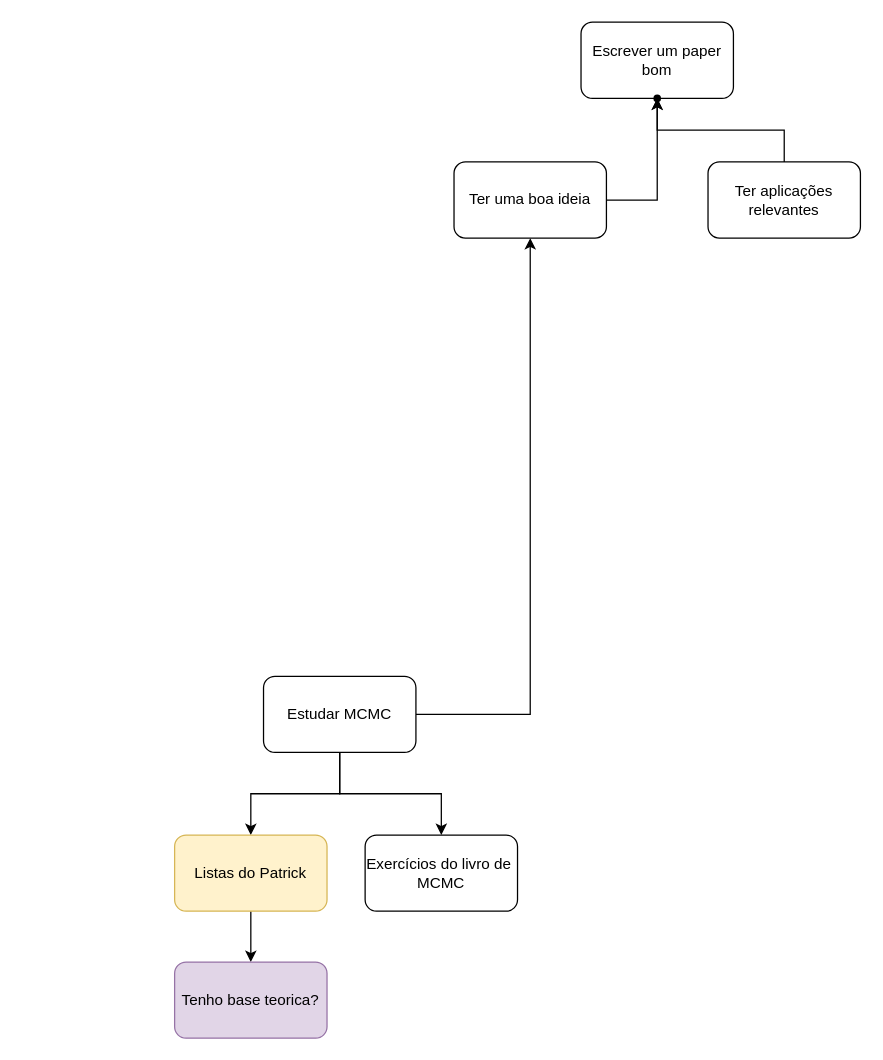
wellington36/beginner keeps this draw.io diagram as Untitled Diagram.drawio. Above is the earlier version. Source tidied: cells renumbered, new cells numbered last; positions are measured from the earlier drawing's top-left corner, leaving out a move shared by most shapes. Both pictures are drawn from the tidied source at 127%, with x=0, y=0 at pixel (174, 22).
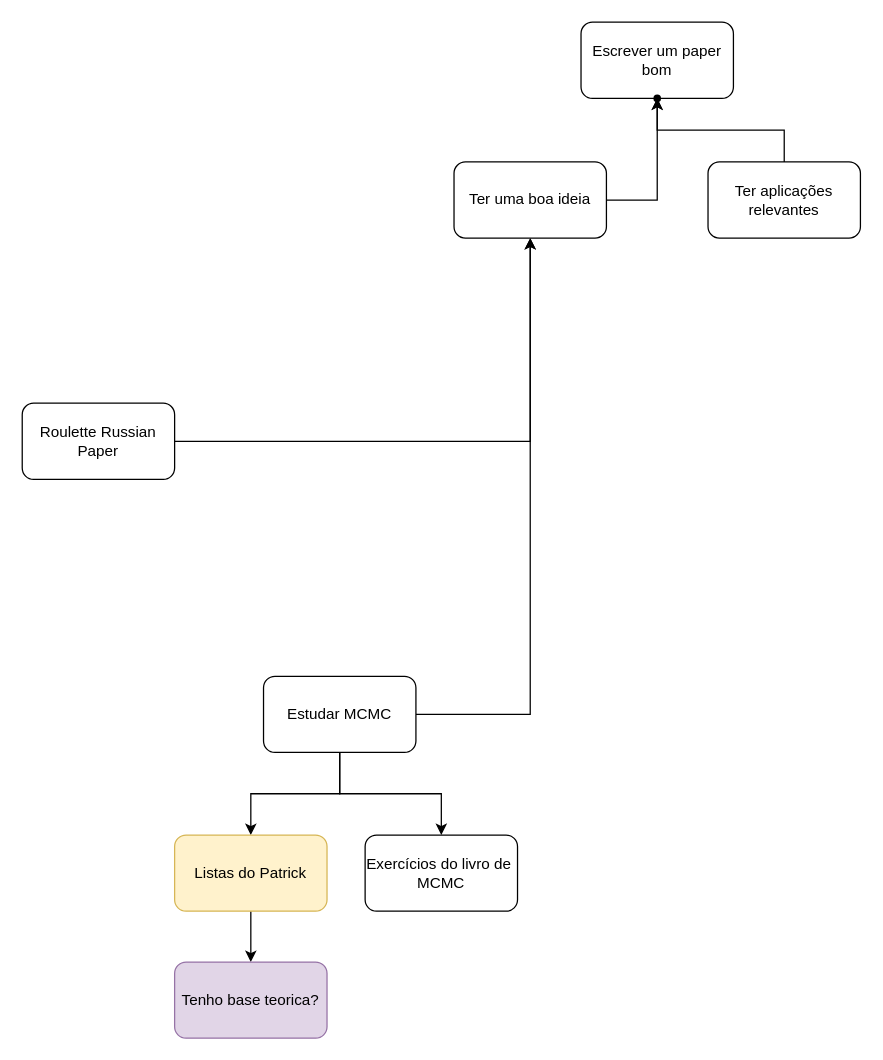
Above is the later version.

Change to the diagram source:
```diff
@@
 <mxGraphModel>
   <root>
     <mxCell id="0" />
     <mxCell id="1" parent="0" />
     <mxCell id="2" value="Escrever um paper bom" style="rounded=1;whiteSpace=wrap;html=1;" parent="1" vertex="1">
       <mxGeometry x="320" width="120" height="60" as="geometry" />
     </mxCell>
     <mxCell id="3" style="shape=waypoint;sketch=0;size=6;points=[];fillColor=default;perimeter=centerPerimeter;snapToPoint=1;" parent="1" vertex="1">
       <mxGeometry x="370" y="50" width="20" height="20" as="geometry" />
     </mxCell>
     <mxCell id="4" style="edgeStyle=orthogonalEdgeStyle;rounded=0;jettySize=auto;html=1;" parent="1" edge="1" source="7" target="9">
       <mxGeometry relative="1" as="geometry" />
     </mxCell>
     <mxCell id="5" style="edgeStyle=orthogonalEdgeStyle;rounded=0;jettySize=auto;html=1;" parent="1" edge="1" source="7" target="10">
       <mxGeometry relative="1" as="geometry" />
     </mxCell>
     <mxCell id="6" style="edgeStyle=orthogonalEdgeStyle;rounded=0;jettySize=auto;html=1;entryX=0.5;entryY=1;entryDx=0;entryDy=0;" parent="1" edge="1" source="7" target="13">
       <mxGeometry relative="1" as="geometry" />
     </mxCell>
     <mxCell id="7" value="Estudar MCMC" style="rounded=1;whiteSpace=wrap;html=1;" parent="1" vertex="1">
       <mxGeometry x="70" y="515" width="120" height="60" as="geometry" />
     </mxCell>
     <mxCell id="8" style="edgeStyle=orthogonalEdgeStyle;rounded=0;jettySize=auto;html=1;" parent="1" edge="1" source="9" target="11">
       <mxGeometry relative="1" as="geometry" />
     </mxCell>
     <mxCell id="9" value="Listas do Patrick" style="whiteSpace=wrap;html=1;rounded=1;fillColor=#fff2cc;strokeColor=#d6b656;" parent="1" vertex="1">
       <mxGeometry y="640" width="120" height="60" as="geometry" />
     </mxCell>
     <mxCell id="10" value="Exercícios do livro de&amp;nbsp;&lt;div&gt;MCMC&lt;/div&gt;" style="whiteSpace=wrap;html=1;rounded=1;" parent="1" vertex="1">
       <mxGeometry x="150" y="640" width="120" height="60" as="geometry" />
     </mxCell>
     <mxCell id="11" value="Tenho base teorica?" style="whiteSpace=wrap;html=1;fillColor=#e1d5e7;strokeColor=#9673a6;rounded=1;" parent="1" vertex="1">
       <mxGeometry y="740" width="120" height="60" as="geometry" />
     </mxCell>
     <mxCell id="12" style="edgeStyle=orthogonalEdgeStyle;rounded=0;jettySize=auto;html=1;" parent="1" edge="1" source="13" target="3">
       <mxGeometry relative="1" as="geometry" />
     </mxCell>
     <mxCell id="13" value="Ter uma boa ideia" style="rounded=1;whiteSpace=wrap;html=1;" parent="1" vertex="1">
       <mxGeometry x="220" y="110" width="120" height="60" as="geometry" />
     </mxCell>
     <mxCell id="14" style="edgeStyle=orthogonalEdgeStyle;rounded=0;jettySize=auto;html=1;" parent="1" edge="1" source="15" target="2">
       <mxGeometry relative="1" as="geometry" />
     </mxCell>
     <mxCell id="15" value="Ter aplicações relevantes" style="rounded=1;whiteSpace=wrap;html=1;" parent="1" vertex="1">
       <mxGeometry x="420" y="110" width="120" height="60" as="geometry" />
     </mxCell>
+    <mxCell id="16" style="edgeStyle=orthogonalEdgeStyle;rounded=0;jettySize=auto;html=1;" parent="1" edge="1" source="17" target="13">
+      <mxGeometry relative="1" as="geometry" />
+    </mxCell>
+    <mxCell id="17" value="Roulette Russian Paper" style="rounded=1;whiteSpace=wrap;html=1;" parent="1" vertex="1">
+      <mxGeometry x="-120" y="300" width="120" height="60" as="geometry" />
+    </mxCell>
   </root>
 </mxGraphModel>
```
